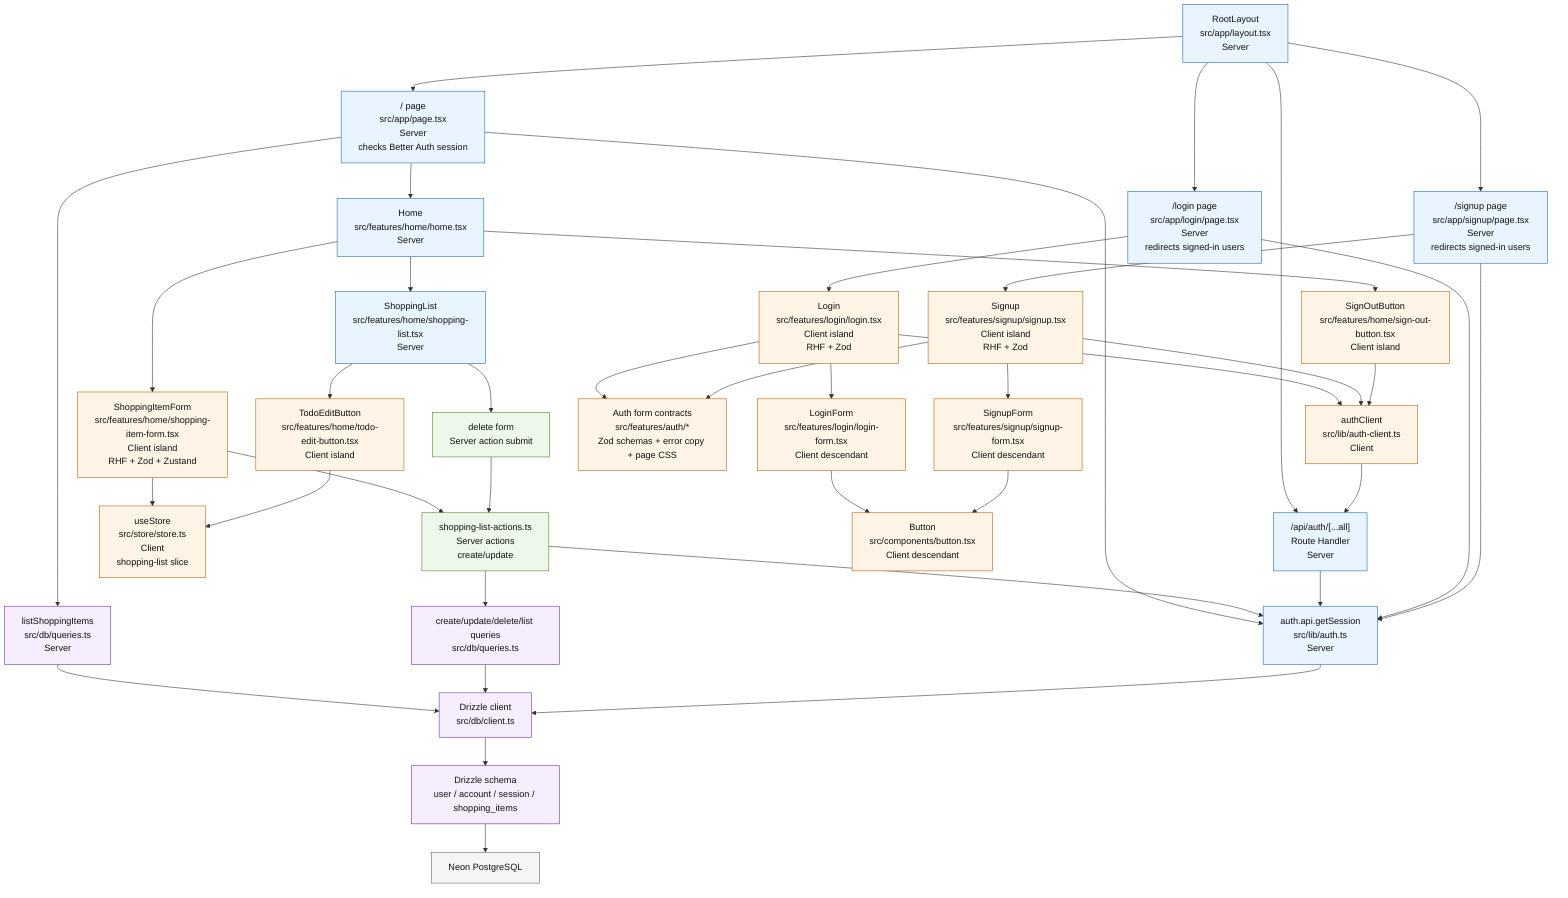
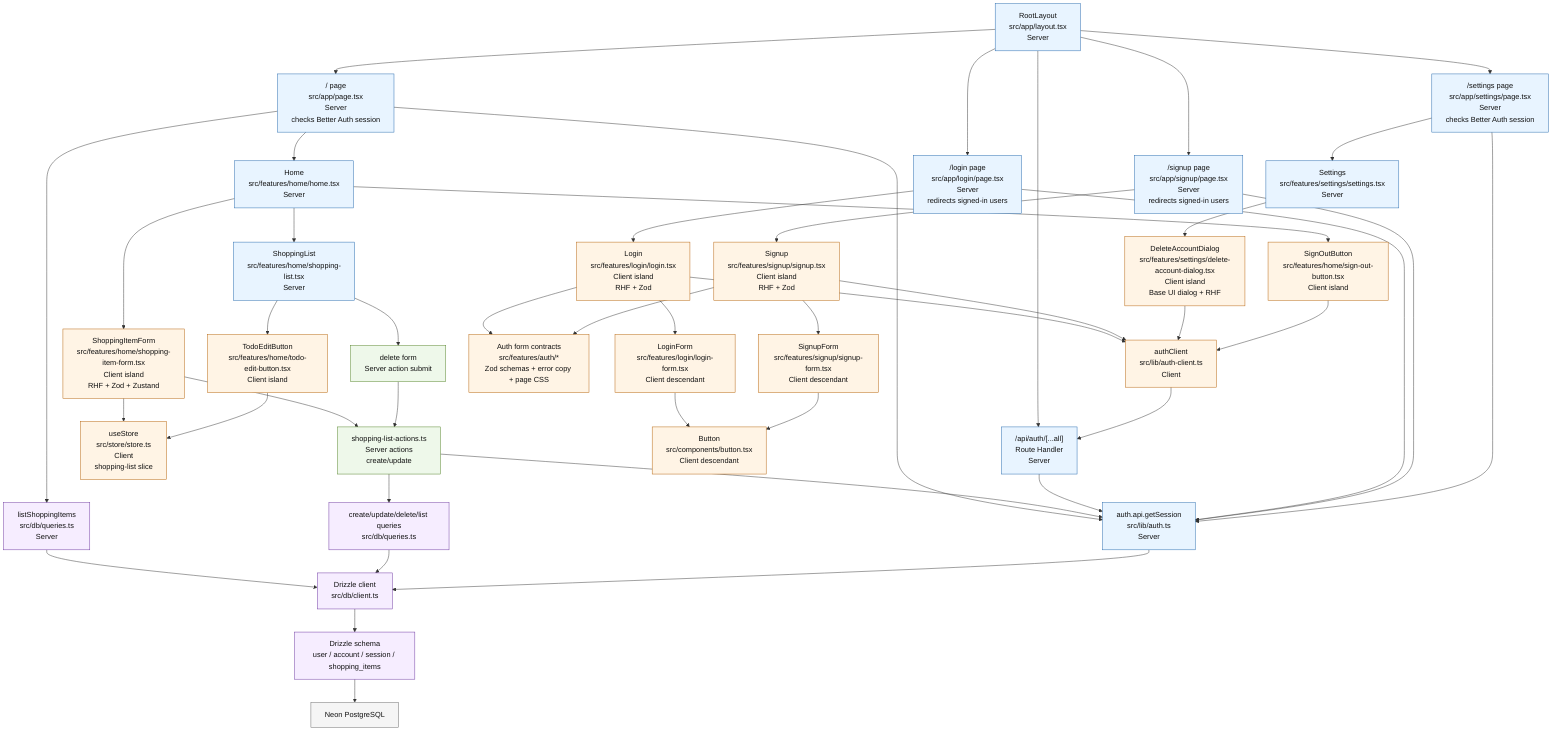
flowchart TD
  %% Current Next.js App Router component composition.
  %% Blue = Server Component / server code, Orange = Client Component, Green = server action, Purple = data layer.

  Root["RootLayout<br/>src/app/layout.tsx<br/>Server"]:::server

  Root --> HomeRoute["/ page<br/>src/app/page.tsx<br/>Server<br/>checks Better Auth session"]:::server
  Root --> LoginRoute["/login page<br/>src/app/login/page.tsx<br/>Server<br/>redirects signed-in users"]:::server
  Root --> SignUpRoute["/signup page<br/>src/app/signup/page.tsx<br/>Server<br/>redirects signed-in users"]:::server
+   Root --> SettingsRoute["/settings page<br/>src/app/settings/page.tsx<br/>Server<br/>checks Better Auth session"]:::server
  Root --> AuthRoute["/api/auth/[...all]<br/>Route Handler<br/>Server"]:::server

  HomeRoute --> AuthServer["auth.api.getSession<br/>src/lib/auth.ts<br/>Server"]:::server
  HomeRoute --> ListQuery["listShoppingItems<br/>src/db/queries.ts<br/>Server"]:::data
  HomeRoute --> Home["Home<br/>src/features/home/home.tsx<br/>Server"]:::server

  Home --> SignOutButton["SignOutButton<br/>src/features/home/sign-out-button.tsx<br/>Client island"]:::client
  Home --> ShoppingItemForm["ShoppingItemForm<br/>src/features/home/shopping-item-form.tsx<br/>Client island<br/>RHF + Zod + Zustand"]:::client
  Home --> ShoppingList["ShoppingList<br/>src/features/home/shopping-list.tsx<br/>Server"]:::server

  ShoppingItemForm --> Store["useStore<br/>src/store/store.ts<br/>Client<br/>shopping-list slice"]:::client
  ShoppingItemForm --> ItemActions["shopping-list-actions.ts<br/>Server actions<br/>create/update"]:::action

  ShoppingList --> TodoEditButton["TodoEditButton<br/>src/features/home/todo-edit-button.tsx<br/>Client island"]:::client
  ShoppingList --> DeleteForm["delete form<br/>Server action submit"]:::action
  DeleteForm --> ItemActions
  TodoEditButton --> Store

  ItemActions --> AuthServer
  ItemActions --> Queries["create/update/delete/list queries<br/>src/db/queries.ts"]:::data
  ListQuery --> DbClient["Drizzle client<br/>src/db/client.ts"]:::data
  Queries --> DbClient
  AuthServer --> DbClient
  AuthRoute --> AuthServer

  DbClient --> Schema["Drizzle schema<br/>user / account / session / shopping_items"]:::data
  Schema --> Neon["Neon PostgreSQL"]:::external

  LoginRoute --> AuthServer
  LoginRoute --> Login["Login<br/>src/features/login/login.tsx<br/>Client island<br/>RHF + Zod"]:::client
  Login --> LoginForm["LoginForm<br/>src/features/login/login-form.tsx<br/>Client descendant"]:::client
  Login --> AuthForms["Auth form contracts<br/>src/features/auth/*<br/>Zod schemas + error copy + page CSS"]:::client
  Login --> AuthClient["authClient<br/>src/lib/auth-client.ts<br/>Client"]:::client

  SignUpRoute --> AuthServer
  SignUpRoute --> Signup["Signup<br/>src/features/signup/signup.tsx<br/>Client island<br/>RHF + Zod"]:::client
  Signup --> SignupForm["SignupForm<br/>src/features/signup/signup-form.tsx<br/>Client descendant"]:::client
  Signup --> AuthForms
  Signup --> AuthClient

+   SettingsRoute --> AuthServer
+   SettingsRoute --> Settings["Settings<br/>src/features/settings/settings.tsx<br/>Server"]:::server
+   Settings --> DeleteAccountDialog["DeleteAccountDialog<br/>src/features/settings/delete-account-dialog.tsx<br/>Client island<br/>Base UI dialog + RHF"]:::client
+   DeleteAccountDialog --> AuthClient
+ 
  LoginForm --> Button["Button<br/>src/components/button.tsx<br/>Client descendant"]:::client
  SignupForm --> Button
  SignOutButton --> AuthClient
  AuthClient --> AuthRoute

  classDef server fill:#e8f4ff,stroke:#2166ac,color:#111
  classDef client fill:#fff4e5,stroke:#b45f06,color:#111
  classDef action fill:#eef8ea,stroke:#4f7f22,color:#111
  classDef data fill:#f6edff,stroke:#6a329f,color:#111
  classDef external fill:#f5f5f5,stroke:#666,color:#111
